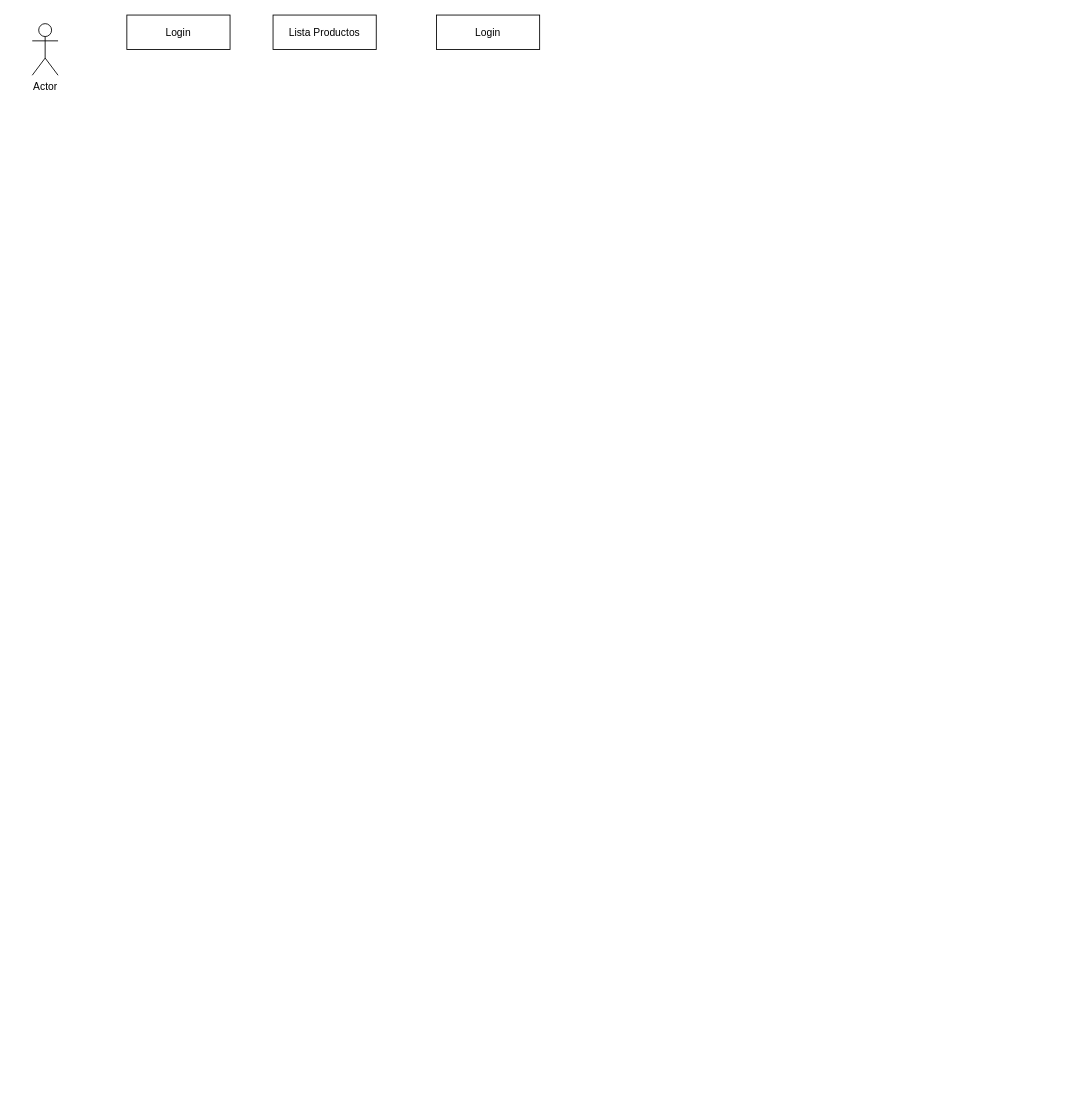
This is DiagramaSecuencias.drawio from DarkJ-18/DiagramaClasesKamiapp, a draw.io file, before an edit. Source tidied: cells renumbered, new cells numbered last; positions are measured from the earlier drawing's top-left corner, leaving out a move shared by most shapes. Both pictures are drawn from the tidied source at 86%, with x=0, y=0 at pixel (32, 15).
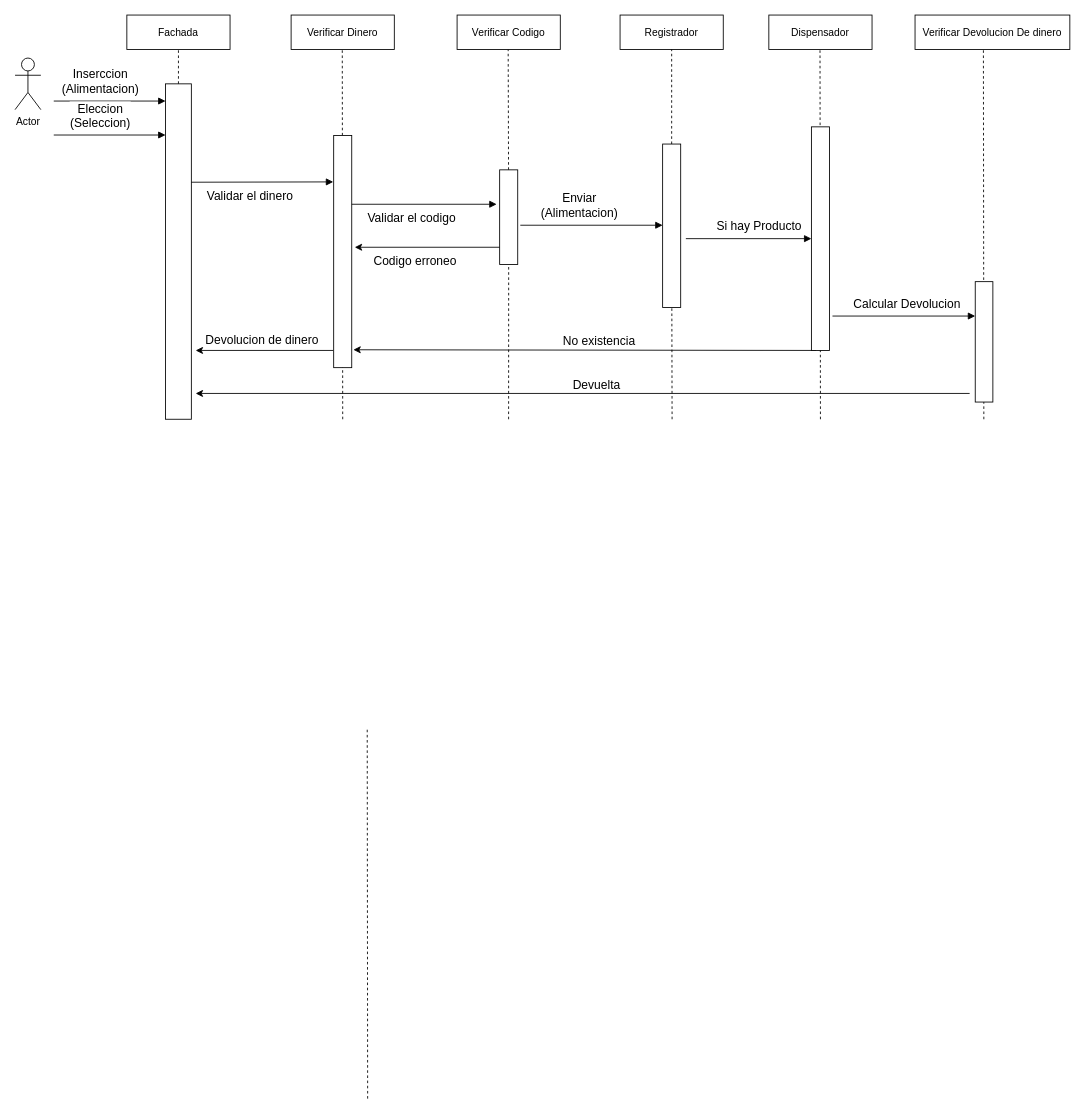
After the change.

Commit message:
Correcciones de errores y mejoras de rendimiento

Change to the diagram source:
```diff
@@
+    <mxCell id="6" value="&lt;br&gt;" style="verticalAlign=bottom;endArrow=none;dashed=1;endSize=8;endFill=0;horizontal=1;html=1;startArrow=none;" parent="1" edge="1" source="45">
+      <mxGeometry relative="1" as="geometry">
+        <mxPoint x="553.4" y="40" as="targetPoint" />
+      </mxGeometry>
+    </mxCell>
     <mxCell id="2" value="Actor" style="shape=umlActor;verticalLabelPosition=bottom;verticalAlign=top;html=1;" parent="1" vertex="1">
-      <mxGeometry y="10" width="30" height="60" as="geometry" />
+      <mxGeometry x="-20" y="50" width="30" height="60" as="geometry" />
     </mxCell>
-    <mxCell id="3" value="Login" style="fontStyle=0;" parent="1" vertex="1">
+    <mxCell id="3" value="Fachada" style="fontStyle=0;" parent="1" vertex="1">
       <mxGeometry x="110" width="120" height="40" as="geometry" />
     </mxCell>
-    <mxCell id="4" value="Lista Productos" style="fontStyle=0;" parent="1" vertex="1">
-      <mxGeometry x="280" width="120" height="40" as="geometry" />
+    <mxCell id="4" value="Registrador" style="fontStyle=0;" parent="1" vertex="1">
+      <mxGeometry x="683.5" width="120" height="40" as="geometry" />
     </mxCell>
-    <mxCell id="5" value="Login" style="fontStyle=0;" parent="1" vertex="1">
-      <mxGeometry x="470" width="120" height="40" as="geometry" />
+    <mxCell id="5" value="Dispensador" style="fontStyle=0;" parent="1" vertex="1">
+      <mxGeometry x="856.5" width="120" height="40" as="geometry" />
     </mxCell>
+    <mxCell id="7" value="&lt;br&gt;" style="verticalAlign=bottom;endArrow=none;dashed=1;endSize=8;endFill=0;horizontal=1;html=1;startArrow=none;" parent="1" edge="1" source="21" target="4">
+      <mxGeometry relative="1" as="geometry" />
+    </mxCell>
+    <mxCell id="8" value="&lt;br&gt;" style="verticalAlign=bottom;endArrow=none;dashed=1;endSize=8;endFill=0;horizontal=1;html=1;entryX=0.5;entryY=1;entryDx=0;entryDy=0;startArrow=none;" parent="1" edge="1" source="13" target="3">
+      <mxGeometry relative="1" as="geometry" />
+    </mxCell>
+    <mxCell id="9" value="&lt;br&gt;" style="verticalAlign=bottom;endArrow=none;dashed=1;endSize=8;endFill=0;horizontal=1;html=1;startArrow=none;" parent="1" edge="1">
+      <mxGeometry relative="1" as="geometry">
+        <mxPoint x="916.5" y="470" as="sourcePoint" />
+        <mxPoint x="916" y="40" as="targetPoint" />
+      </mxGeometry>
+    </mxCell>
+    <mxCell id="10" value="&lt;br&gt;" style="html=1;verticalAlign=top;endArrow=block;horizontal=0;" parent="1" edge="1">
+      <mxGeometry relative="1" as="geometry">
+        <mxPoint x="25" y="100" as="sourcePoint" />
+        <mxPoint x="155" y="100" as="targetPoint" />
+      </mxGeometry>
+    </mxCell>
+    <mxCell id="11" value="Inserccion&lt;br style=&quot;font-size: 14px;&quot;&gt;(Alimentacion)" style="edgeLabel;html=1;align=center;verticalAlign=bottom;horizontal=1;fontSize=14;" parent="10" vertex="1">
+      <mxGeometry x="-0.18" y="4" relative="1" as="geometry" />
+    </mxCell>
+    <mxCell id="12" style="verticalAlign=bottom;endArrow=none;dashed=1;endSize=8;endFill=0;horizontal=1;html=1;entryX=0.5;entryY=1;entryDx=0;entryDy=0;" parent="1" edge="1" target="13">
+      <mxGeometry relative="1" as="geometry">
+        <mxPoint x="170" y="350" as="sourcePoint" />
+      </mxGeometry>
+    </mxCell>
+    <mxCell id="13" style="rounded=0;whiteSpace=wrap;html=1;" parent="1" vertex="1">
+      <mxGeometry x="155" y="80" width="30" height="390" as="geometry" />
+    </mxCell>
+    <mxCell id="14" value="&lt;br&gt;" style="html=1;verticalAlign=top;endArrow=block;horizontal=0;" parent="1" edge="1">
+      <mxGeometry relative="1" as="geometry">
+        <mxPoint x="25" y="139.5" as="sourcePoint" />
+        <mxPoint x="155" y="139.5" as="targetPoint" />
+      </mxGeometry>
+    </mxCell>
+    <mxCell id="15" value="Eleccion&lt;br style=&quot;font-size: 14px;&quot;&gt;(Seleccion)" style="edgeLabel;html=1;align=center;verticalAlign=bottom;horizontal=1;fontSize=14;" parent="14" vertex="1">
+      <mxGeometry x="-0.18" y="4" relative="1" as="geometry" />
+    </mxCell>
+    <mxCell id="16" value="&lt;br&gt;" style="html=1;verticalAlign=top;endArrow=block;horizontal=0;" parent="1" edge="1">
+      <mxGeometry relative="1" as="geometry">
+        <mxPoint x="567.5" y="244.4" as="sourcePoint" />
+        <mxPoint x="733" y="244.4" as="targetPoint" />
+      </mxGeometry>
+    </mxCell>
+    <mxCell id="17" value="Enviar&lt;br style=&quot;font-size: 14px;&quot;&gt;(Alimentacion)" style="edgeLabel;html=1;align=center;verticalAlign=bottom;horizontal=1;fontSize=14;" parent="16" vertex="1">
+      <mxGeometry x="-0.18" y="4" relative="1" as="geometry" />
+    </mxCell>
+    <mxCell id="18" value="&lt;br&gt;" style="html=1;verticalAlign=top;endArrow=none;horizontal=0;startArrow=classic;startFill=1;endFill=0;entryX=0.25;entryY=1;entryDx=0;entryDy=0;exitX=1.09;exitY=0.923;exitDx=0;exitDy=0;exitPerimeter=0;" parent="1" edge="1" source="26" target="23">
+      <mxGeometry relative="1" as="geometry" />
+    </mxCell>
+    <mxCell id="19" value="&lt;font style=&quot;font-size: 14px;&quot;&gt;No existencia&lt;/font&gt;" style="edgeLabel;html=1;align=center;verticalAlign=bottom;rotation=90;horizontal=0;" parent="18" vertex="1">
+      <mxGeometry x="0.06" y="1" relative="1" as="geometry" />
+    </mxCell>
+    <mxCell id="20" style="verticalAlign=bottom;endArrow=none;dashed=1;endSize=8;endFill=0;horizontal=1;html=1;" parent="1" edge="1" target="21">
+      <mxGeometry relative="1" as="geometry">
+        <mxPoint x="744" y="470" as="sourcePoint" />
+      </mxGeometry>
+    </mxCell>
+    <mxCell id="21" style="rounded=0;whiteSpace=wrap;html=1;" parent="1" vertex="1">
+      <mxGeometry x="733" y="150" width="21" height="190" as="geometry" />
+    </mxCell>
+    <mxCell id="22" style="verticalAlign=bottom;endArrow=none;dashed=1;endSize=8;endFill=0;horizontal=1;html=1;" parent="1" edge="1" target="23">
+      <mxGeometry relative="1" as="geometry">
+        <mxPoint x="916.5" y="370" as="sourcePoint" />
+      </mxGeometry>
+    </mxCell>
+    <mxCell id="23" style="rounded=0;whiteSpace=wrap;html=1;" parent="1" vertex="1">
+      <mxGeometry x="906" y="130" width="21" height="260" as="geometry" />
+    </mxCell>
+    <mxCell id="24" value="Verificar Dinero" style="fontStyle=0;" parent="1" vertex="1">
+      <mxGeometry x="301" width="120" height="40" as="geometry" />
+    </mxCell>
+    <mxCell id="25" value="&lt;br&gt;" style="verticalAlign=bottom;endArrow=none;dashed=1;endSize=8;endFill=0;horizontal=1;html=1;startArrow=none;" parent="1" edge="1">
+      <mxGeometry relative="1" as="geometry">
+        <mxPoint x="361" y="470" as="sourcePoint" />
+        <mxPoint x="360.5" y="40" as="targetPoint" />
+      </mxGeometry>
+    </mxCell>
+    <mxCell id="26" style="rounded=0;whiteSpace=wrap;html=1;" parent="1" vertex="1">
+      <mxGeometry x="350.5" y="140" width="21" height="270" as="geometry" />
+    </mxCell>
+    <mxCell id="27" value="&lt;br&gt;" style="html=1;verticalAlign=top;endArrow=block;horizontal=0;" parent="1" edge="1">
+      <mxGeometry relative="1" as="geometry">
+        <mxPoint x="185" y="194.4" as="sourcePoint" />
+        <mxPoint x="350" y="194" as="targetPoint" />
+      </mxGeometry>
+    </mxCell>
+    <mxCell id="28" value="Validar el dinero" style="edgeLabel;html=1;align=center;verticalAlign=bottom;horizontal=1;fontSize=14;" parent="27" vertex="1">
+      <mxGeometry x="-0.18" y="4" relative="1" as="geometry">
+        <mxPoint y="30" as="offset" />
+      </mxGeometry>
+    </mxCell>
+    <mxCell id="29" value="&lt;br&gt;" style="html=1;verticalAlign=top;endArrow=none;horizontal=0;endFill=0;startArrow=classic;startFill=1;" parent="1" edge="1">
+      <mxGeometry relative="1" as="geometry">
+        <mxPoint x="190" y="390" as="sourcePoint" />
+        <mxPoint x="350" y="390" as="targetPoint" />
+      </mxGeometry>
+    </mxCell>
+    <mxCell id="30" value="Devolucion de dinero" style="edgeLabel;html=1;align=center;verticalAlign=bottom;horizontal=1;fontSize=14;" parent="29" vertex="1">
+      <mxGeometry x="-0.18" y="4" relative="1" as="geometry">
+        <mxPoint x="10" y="2" as="offset" />
+      </mxGeometry>
+    </mxCell>
+    <mxCell id="31" value="&lt;br&gt;" style="verticalAlign=bottom;endArrow=none;dashed=1;endSize=8;endFill=0;horizontal=1;html=1;startArrow=none;" parent="1" edge="1">
+      <mxGeometry relative="1" as="geometry">
+        <mxPoint x="1106.5" y="470" as="sourcePoint" />
+        <mxPoint x="1106" y="40" as="targetPoint" />
+      </mxGeometry>
+    </mxCell>
+    <mxCell id="32" value="Verificar Devolucion De dinero" style="fontStyle=0;" parent="1" vertex="1">
+      <mxGeometry x="1026.5" width="180" height="40" as="geometry" />
+    </mxCell>
+    <mxCell id="33" style="rounded=0;whiteSpace=wrap;html=1;" parent="1" vertex="1">
+      <mxGeometry x="1096.5" y="310" width="20.5" height="140" as="geometry" />
+    </mxCell>
+    <mxCell id="34" value="&lt;br&gt;" style="html=1;verticalAlign=top;endArrow=block;horizontal=0;exitX=1;exitY=0.75;exitDx=0;exitDy=0;" parent="1" edge="1">
+      <mxGeometry relative="1" as="geometry">
+        <mxPoint x="930.5" y="350" as="sourcePoint" />
+        <mxPoint x="1096.5" y="350" as="targetPoint" />
+      </mxGeometry>
+    </mxCell>
+    <mxCell id="35" value="Calcular Devolucion" style="edgeLabel;html=1;align=center;verticalAlign=bottom;horizontal=1;fontSize=14;" parent="34" vertex="1">
+      <mxGeometry x="-0.18" y="4" relative="1" as="geometry">
+        <mxPoint x="18" as="offset" />
+      </mxGeometry>
+    </mxCell>
+    <mxCell id="36" value="&lt;br&gt;" style="html=1;verticalAlign=top;endArrow=block;horizontal=0;" parent="1" edge="1">
+      <mxGeometry relative="1" as="geometry">
+        <mxPoint x="760" y="260" as="sourcePoint" />
+        <mxPoint x="906" y="260" as="targetPoint" />
+      </mxGeometry>
+    </mxCell>
+    <mxCell id="37" value="Si hay Producto" style="edgeLabel;html=1;align=center;verticalAlign=bottom;horizontal=1;fontSize=14;" parent="36" vertex="1">
+      <mxGeometry x="-0.18" y="4" relative="1" as="geometry">
+        <mxPoint x="24" as="offset" />
+      </mxGeometry>
+    </mxCell>
+    <mxCell id="38" value="&lt;br&gt;" style="html=1;verticalAlign=top;endArrow=none;horizontal=0;startArrow=classic;startFill=1;endFill=0;" parent="1" edge="1">
+      <mxGeometry relative="1" as="geometry">
+        <mxPoint x="190" y="440" as="sourcePoint" />
+        <mxPoint x="1090" y="440" as="targetPoint" />
+      </mxGeometry>
+    </mxCell>
+    <mxCell id="39" value="Devuelta" style="edgeLabel;html=1;align=center;verticalAlign=bottom;horizontal=1;fontSize=14;" parent="38" vertex="1">
+      <mxGeometry x="-0.18" y="4" relative="1" as="geometry">
+        <mxPoint x="96" y="4" as="offset" />
+      </mxGeometry>
+    </mxCell>
+    <mxCell id="40" value="&lt;br&gt;" style="html=1;verticalAlign=top;endArrow=block;horizontal=0;" parent="1" edge="1">
+      <mxGeometry relative="1" as="geometry">
+        <mxPoint x="371.5" y="220" as="sourcePoint" />
+        <mxPoint x="540" y="220" as="targetPoint" />
+      </mxGeometry>
+    </mxCell>
+    <mxCell id="41" value="Validar el codigo" style="edgeLabel;html=1;align=center;verticalAlign=bottom;horizontal=1;fontSize=14;" parent="40" vertex="1">
+      <mxGeometry x="-0.18" y="4" relative="1" as="geometry">
+        <mxPoint y="30" as="offset" />
+      </mxGeometry>
+    </mxCell>
+    <mxCell id="42" value="Verificar Codigo" style="fontStyle=0;" parent="1" vertex="1">
+      <mxGeometry x="494" width="120" height="40" as="geometry" />
+    </mxCell>
+    <mxCell id="43" value="&lt;br&gt;" style="verticalAlign=bottom;endArrow=none;dashed=1;endSize=8;endFill=0;horizontal=1;html=1;startArrow=none;" parent="1" edge="1">
+      <mxGeometry relative="1" as="geometry">
+        <mxPoint x="390" y="1260" as="sourcePoint" />
+        <mxPoint x="389.5" y="830" as="targetPoint" />
+      </mxGeometry>
+    </mxCell>
+    <mxCell id="44" style="verticalAlign=bottom;endArrow=none;dashed=1;endSize=8;endFill=0;horizontal=1;html=1;startArrow=none;" parent="1" edge="1" target="45">
+      <mxGeometry relative="1" as="geometry">
+        <mxPoint x="553.9" y="470" as="sourcePoint" />
+      </mxGeometry>
+    </mxCell>
+    <mxCell id="45" style="rounded=0;whiteSpace=wrap;html=1;" parent="1" vertex="1">
+      <mxGeometry x="543.5" y="180" width="21" height="110" as="geometry" />
+    </mxCell>
+    <mxCell id="46" value="&lt;br&gt;" style="html=1;verticalAlign=top;endArrow=none;horizontal=0;endFill=0;startArrow=classic;startFill=1;" parent="1" edge="1">
+      <mxGeometry relative="1" as="geometry">
+        <mxPoint x="375" y="270" as="sourcePoint" />
+        <mxPoint x="543.5" y="270" as="targetPoint" />
+      </mxGeometry>
+    </mxCell>
+    <mxCell id="47" value="Codigo erroneo" style="edgeLabel;html=1;align=center;verticalAlign=bottom;horizontal=1;fontSize=14;" parent="46" vertex="1">
+      <mxGeometry x="-0.18" y="4" relative="1" as="geometry">
+        <mxPoint y="30" as="offset" />
+      </mxGeometry>
+    </mxCell>
```
